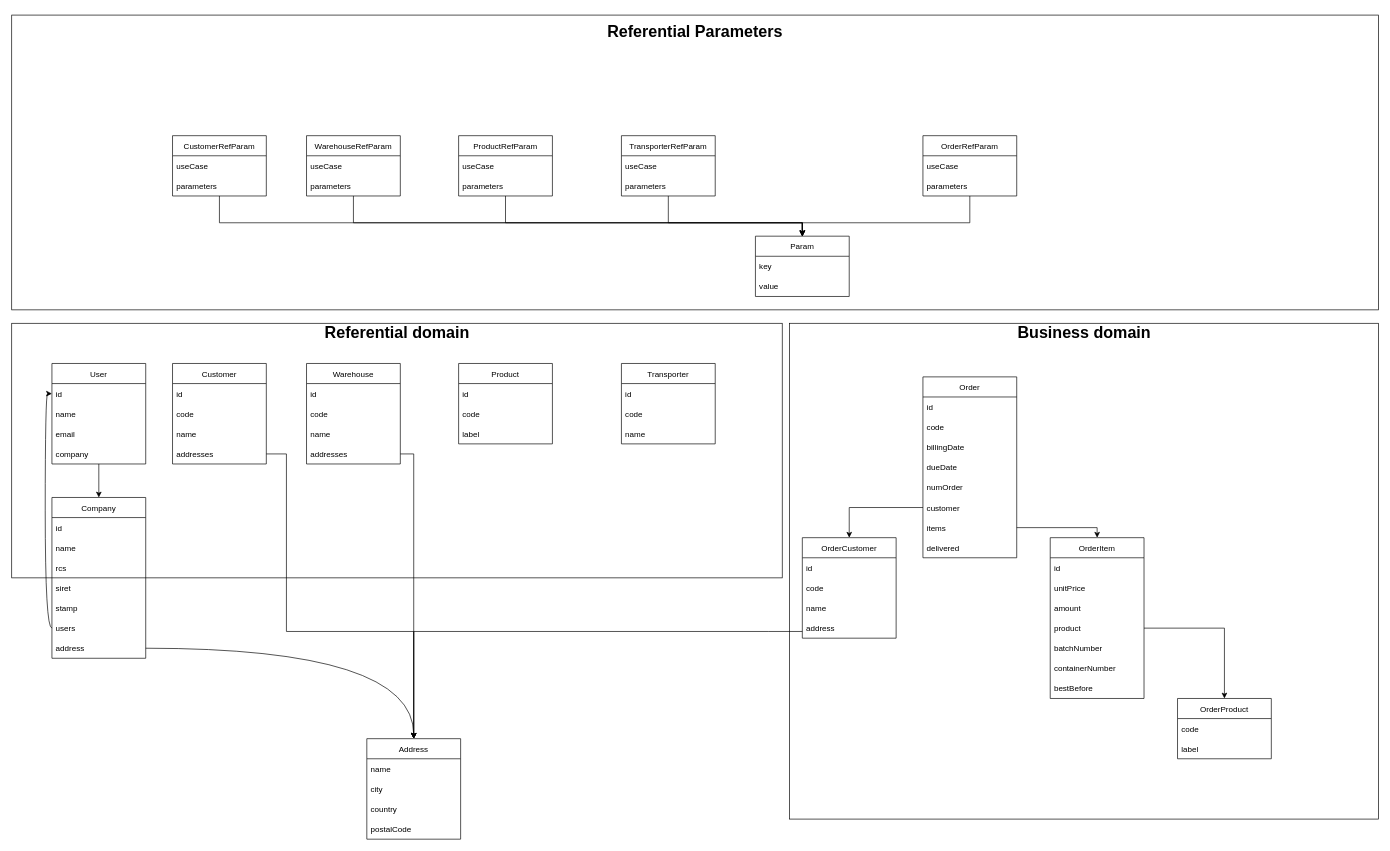
Earlier version of the draw.io diagram page "global" (1 of 4) of docs/data-model.dio (Lokicoule/facthub). Source tidied: cells renumbered, new cells numbered last; positions are measured from the earlier drawing's top-left corner, leaving out a move shared by most shapes. Both pictures are drawn from the tidied source at 67%, with x=0, y=0 at pixel (11, 15).
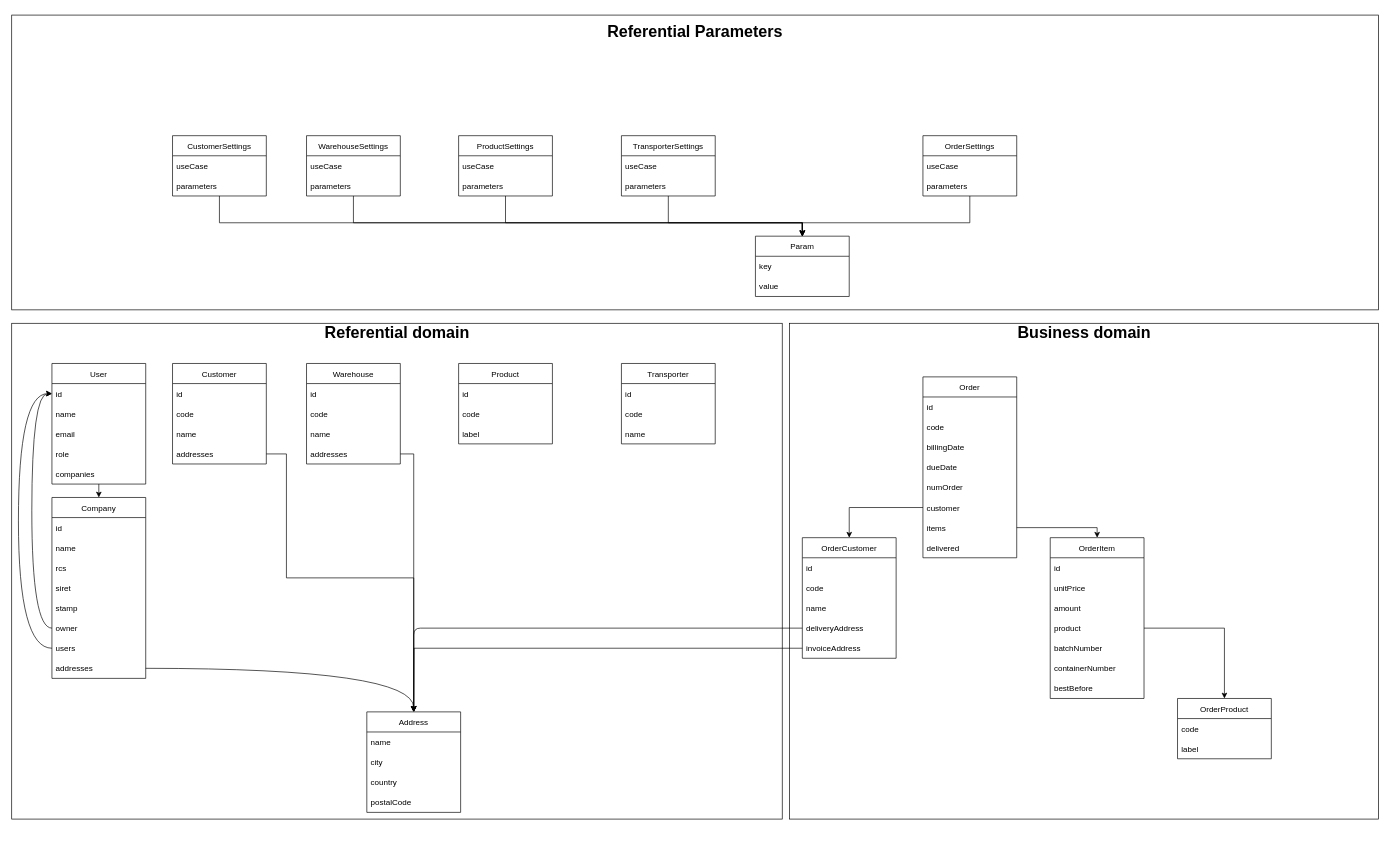
Above is the later version.

Commit message:
docs(data-model) : third iteration

The change refers to these unchanged cells:
```xml
<mxCell id="5" value="id" style="text;strokeColor=none;fillColor=none;align=left;verticalAlign=middle;spacingLeft=4;spacingRight=4;overflow=hidden;points=[[0,0.5],[1,0.5]];portConstraint=eastwest;" parent="4" vertex="1">
  <mxGeometry y="30" width="140" height="30" as="geometry" />
</mxCell>
<mxCell id="21" value="addresses" style="text;strokeColor=none;fillColor=none;align=left;verticalAlign=middle;spacingLeft=4;spacingRight=4;overflow=hidden;points=[[0,0.5],[1,0.5]];portConstraint=eastwest;" parent="17" vertex="1">
  <mxGeometry y="120" width="140" height="30" as="geometry" />
</mxCell>
```

Diff of the diagram source:
```diff
@@
     <mxCell id="3" style="rounded=0;whiteSpace=wrap;html=1;" parent="1" vertex="1">
-      <mxGeometry y="460" width="1150" height="380" as="geometry" />
+      <mxGeometry y="460" width="1150" height="740" as="geometry" />
     </mxCell>
     <mxCell id="4" value="User" style="swimlane;fontStyle=0;horizontal=1;startSize=30;" parent="1" vertex="1">
-      <mxGeometry x="60" y="520" width="140" height="150" as="geometry" />
+      <mxGeometry x="60" y="520" width="140" height="180" as="geometry" />
     </mxCell>
@@
+    <mxCell id="101" value="role" style="text;strokeColor=none;fillColor=none;align=left;verticalAlign=middle;spacingLeft=4;spacingRight=4;overflow=hidden;" parent="4" vertex="1">
+      <mxGeometry y="120" width="140" height="30" as="geometry" />
+    </mxCell>
-    <mxCell id="8" value="company" style="text;strokeColor=none;fillColor=none;align=left;verticalAlign=middle;spacingLeft=4;spacingRight=4;overflow=hidden;points=[[0,0.5],[1,0.5]];portConstraint=eastwest;" parent="4" vertex="1">
-      <mxGeometry y="120" width="140" height="30" as="geometry" />
+    <mxCell id="8" value="companies" style="text;strokeColor=none;fillColor=none;align=left;verticalAlign=middle;spacingLeft=4;spacingRight=4;overflow=hidden;points=[[0,0.5],[1,0.5]];portConstraint=eastwest;" parent="4" vertex="1">
+      <mxGeometry y="150" width="140" height="30" as="geometry" />
     </mxCell>
@@
     <mxCell id="22" value="Address" style="swimlane;fontStyle=0;horizontal=1;startSize=30;" parent="1" vertex="1">
-      <mxGeometry x="530" y="1080" width="140" height="150" as="geometry" />
+      <mxGeometry x="530" y="1040" width="140" height="150" as="geometry" />
     </mxCell>
@@
     <mxCell id="38" value="OrderCustomer" style="swimlane;fontStyle=0;horizontal=1;startSize=30;" parent="1" vertex="1">
-      <mxGeometry x="1180" y="780" width="140" height="150" as="geometry" />
+      <mxGeometry x="1180" y="780" width="140" height="180" as="geometry" />
     </mxCell>
@@
+    <mxCell id="102" value="deliveryAddress" style="text;strokeColor=none;fillColor=none;align=left;verticalAlign=middle;spacingLeft=4;spacingRight=4;overflow=hidden;points=[[0,0.5],[1,0.5]];portConstraint=eastwest;" parent="38" vertex="1">
+      <mxGeometry y="120" width="140" height="30" as="geometry" />
+    </mxCell>
-    <mxCell id="42" value="address" style="text;strokeColor=none;fillColor=none;align=left;verticalAlign=middle;spacingLeft=4;spacingRight=4;overflow=hidden;points=[[0,0.5],[1,0.5]];portConstraint=eastwest;" parent="38" vertex="1">
-      <mxGeometry y="120" width="140" height="30" as="geometry" />
+    <mxCell id="42" value="invoiceAddress" style="text;strokeColor=none;fillColor=none;align=left;verticalAlign=middle;spacingLeft=4;spacingRight=4;overflow=hidden;points=[[0,0.5],[1,0.5]];portConstraint=eastwest;" parent="38" vertex="1">
+      <mxGeometry y="150" width="140" height="30" as="geometry" />
     </mxCell>
@@
-    <mxCell id="55" style="edgeStyle=orthogonalEdgeStyle;rounded=0;html=1;entryX=0.5;entryY=0;entryDx=0;entryDy=0;" parent="1" edge="1" source="42" target="22">
+    <mxCell id="55" style="edgeStyle=orthogonalEdgeStyle;rounded=0;html=1;exitX=0;exitY=0.5;exitDx=0;exitDy=0;" parent="1" edge="1" source="42">
       <mxGeometry relative="1" as="geometry">
-        <Array as="points">
-          <mxPoint x="1130" y="920" />
-          <mxPoint x="600" y="920" />
-        </Array>
+        <mxPoint x="600" y="1040" as="targetPoint" />
       </mxGeometry>
     </mxCell>
@@
     <mxCell id="62" style="edgeStyle=orthogonalEdgeStyle;rounded=0;html=1;entryX=0.5;entryY=0;entryDx=0;entryDy=0;" parent="1" edge="1" source="21" target="22">
       <mxGeometry relative="1" as="geometry">
         <Array as="points">
           <mxPoint x="410" y="655" />
-          <mxPoint x="410" y="920" />
-          <mxPoint x="600" y="920" />
+          <mxPoint x="410" y="840" />
+          <mxPoint x="600" y="840" />
         </Array>
       </mxGeometry>
     </mxCell>
@@
-    <mxCell id="67" value="CustomerRefParam" style="swimlane;fontStyle=0;horizontal=1;startSize=30;" parent="1" vertex="1">
+    <mxCell id="67" value="CustomerSettings" style="swimlane;fontStyle=0;horizontal=1;startSize=30;" parent="1" vertex="1">
       <mxGeometry x="240" y="180" width="140" height="90" as="geometry" />
     </mxCell>
@@
-    <mxCell id="70" value="WarehouseRefParam" style="swimlane;fontStyle=0;horizontal=1;startSize=30;" parent="1" vertex="1">
+    <mxCell id="70" value="WarehouseSettings" style="swimlane;fontStyle=0;horizontal=1;startSize=30;" parent="1" vertex="1">
       <mxGeometry x="440" y="180" width="140" height="90" as="geometry" />
     </mxCell>
@@
-    <mxCell id="73" value="ProductRefParam" style="swimlane;fontStyle=0;horizontal=1;startSize=30;" parent="1" vertex="1">
+    <mxCell id="73" value="ProductSettings" style="swimlane;fontStyle=0;horizontal=1;startSize=30;" parent="1" vertex="1">
       <mxGeometry x="667" y="180" width="140" height="90" as="geometry" />
     </mxCell>
@@
-    <mxCell id="76" value="TransporterRefParam" style="swimlane;fontStyle=0;horizontal=1;startSize=30;" parent="1" vertex="1">
+    <mxCell id="76" value="TransporterSettings" style="swimlane;fontStyle=0;horizontal=1;startSize=30;" parent="1" vertex="1">
       <mxGeometry x="910" y="180" width="140" height="90" as="geometry" />
     </mxCell>
@@
-    <mxCell id="79" value="OrderRefParam" style="swimlane;fontStyle=0;horizontal=1;startSize=30;" parent="1" vertex="1">
+    <mxCell id="79" value="OrderSettings" style="swimlane;fontStyle=0;horizontal=1;startSize=30;" parent="1" vertex="1">
       <mxGeometry x="1360" y="180" width="140" height="90" as="geometry" />
     </mxCell>
@@
     <mxCell id="90" value="Company" style="swimlane;fontStyle=0;horizontal=1;startSize=30;" parent="1" vertex="1">
-      <mxGeometry x="60" y="720" width="140" height="240" as="geometry" />
+      <mxGeometry x="60" y="720" width="140" height="270" as="geometry" />
     </mxCell>
@@
+    <mxCell id="103" value="owner" style="text;strokeColor=none;fillColor=none;align=left;verticalAlign=middle;spacingLeft=4;spacingRight=4;overflow=hidden;" parent="90" vertex="1">
+      <mxGeometry y="180" width="140" height="30" as="geometry" />
+    </mxCell>
     <mxCell id="96" value="users" style="text;strokeColor=none;fillColor=none;align=left;verticalAlign=middle;spacingLeft=4;spacingRight=4;overflow=hidden;points=[[0,0.5],[1,0.5]];portConstraint=eastwest;" parent="90" vertex="1">
-      <mxGeometry y="180" width="140" height="30" as="geometry" />
+      <mxGeometry y="210" width="140" height="30" as="geometry" />
     </mxCell>
-    <mxCell id="97" value="address" style="text;strokeColor=none;fillColor=none;align=left;verticalAlign=middle;spacingLeft=4;spacingRight=4;overflow=hidden;points=[[0,0.5],[1,0.5]];portConstraint=eastwest;" parent="90" vertex="1">
-      <mxGeometry y="210" width="140" height="30" as="geometry" />
+    <mxCell id="97" value="addresses" style="text;strokeColor=none;fillColor=none;align=left;verticalAlign=middle;spacingLeft=4;spacingRight=4;overflow=hidden;points=[[0,0.5],[1,0.5]];portConstraint=eastwest;" parent="90" vertex="1">
+      <mxGeometry y="240" width="140" height="30" as="geometry" />
     </mxCell>
@@
+    <mxCell id="104" style="edgeStyle=orthogonalEdgeStyle;curved=1;html=1;entryX=0;entryY=0.5;entryDx=0;entryDy=0;" parent="1" edge="1" target="5">
+      <mxGeometry relative="1" as="geometry">
+        <mxPoint x="60" y="915" as="sourcePoint" />
+        <Array as="points">
+          <mxPoint x="30" y="915" />
+          <mxPoint x="30" y="565" />
+        </Array>
+      </mxGeometry>
+    </mxCell>
-    <mxCell id="100" style="edgeStyle=orthogonalEdgeStyle;html=1;entryX=0;entryY=0.5;entryDx=0;entryDy=0;curved=1;" parent="1" edge="1" source="96" target="5">
-      <mxGeometry relative="1" as="geometry" />
+    <mxCell id="100" style="edgeStyle=orthogonalEdgeStyle;curved=1;html=1;entryX=0;entryY=0.5;entryDx=0;entryDy=0;" parent="1" edge="1" source="96" target="5">
+      <mxGeometry relative="1" as="geometry">
+        <Array as="points">
+          <mxPoint x="10" y="945" />
+          <mxPoint x="10" y="565" />
+        </Array>
+      </mxGeometry>
     </mxCell>
+    <mxCell id="105" style="edgeStyle=orthogonalEdgeStyle;html=1;entryX=0.5;entryY=0;entryDx=0;entryDy=0;" parent="1" edge="1" source="102" target="22">
+      <mxGeometry relative="1" as="geometry" />
+    </mxCell>
```
